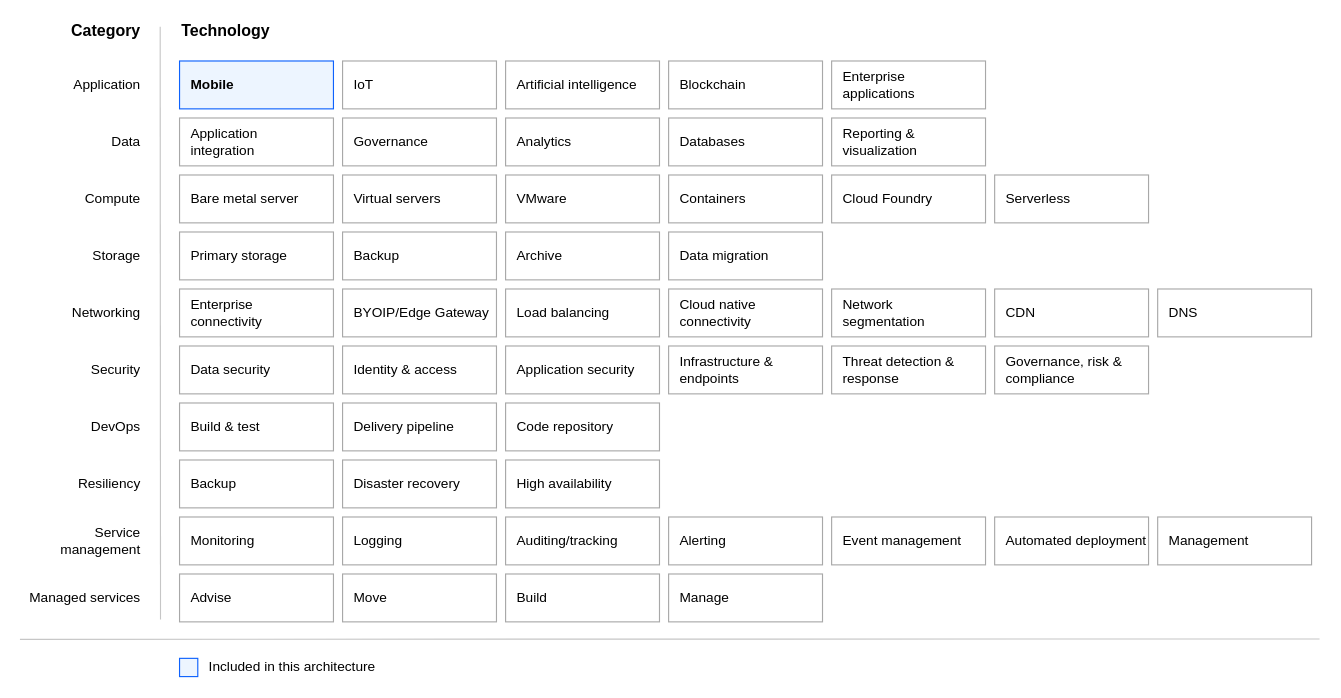
Before: templates/heat-map-template.drawio in ibm-cloud-docs/architecture-framework, a draw.io diagram. Source tidied: cells renumbered, new cells numbered last; positions are measured from the earlier drawing's top-left corner, leaving out a move shared by most shapes. Both pictures are drawn from the tidied source at 114%, with x=0, y=0 at pixel (19, 19).
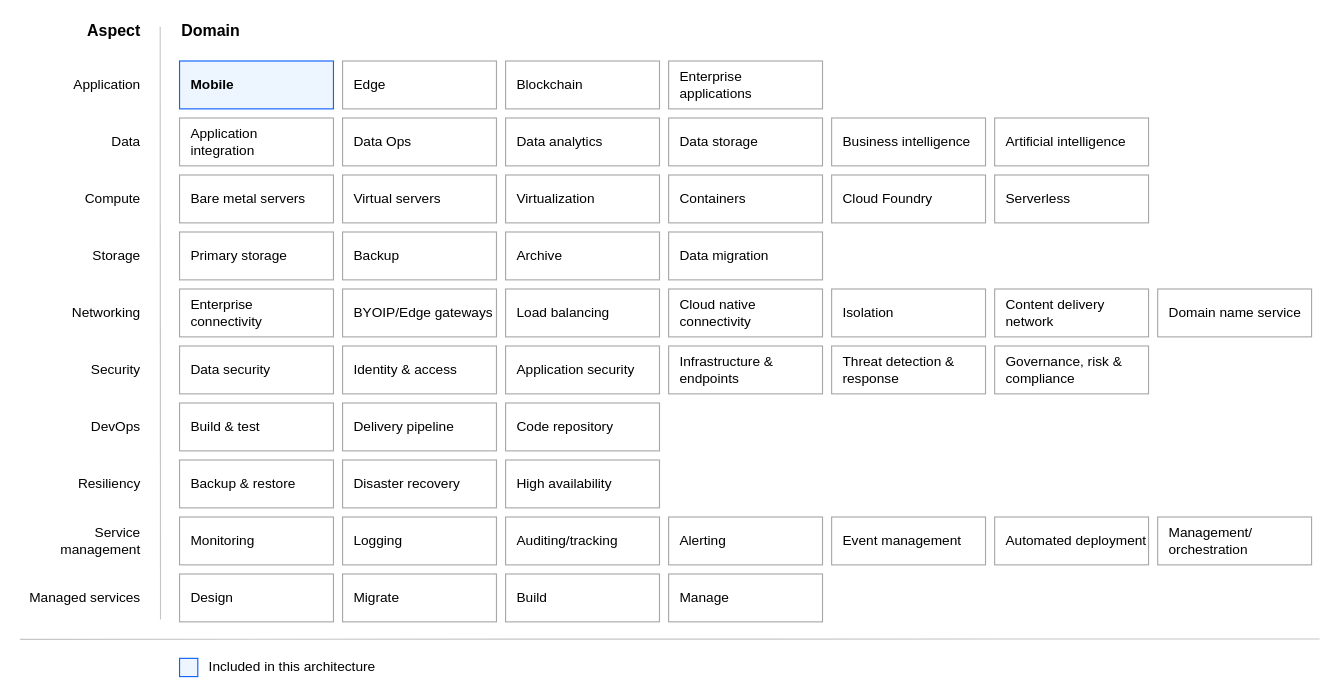
The same diagram, later.

What changed in the source:
```diff
@@
-    <mxCell id="4" value="Bare metal server" style="rounded=0;whiteSpace=wrap;html=1;strokeColor=#A8A8A8;align=left;spacingLeft=8;fontFamily=IBM Plex Sans;" parent="1" vertex="1">
+    <mxCell id="4" value="Bare metal servers" style="rounded=0;whiteSpace=wrap;html=1;strokeColor=#A8A8A8;align=left;spacingLeft=8;fontFamily=IBM Plex Sans;" parent="1" vertex="1">
       <mxGeometry x="140" y="136" width="135" height="42" as="geometry" />
     </mxCell>
@@
-    <mxCell id="9" value="Backup" style="rounded=0;whiteSpace=wrap;html=1;strokeColor=#A8A8A8;align=left;spacingLeft=8;fontFamily=IBM Plex Sans;" parent="1" vertex="1">
+    <mxCell id="9" value="Backup &amp;amp; restore" style="rounded=0;whiteSpace=wrap;html=1;strokeColor=#A8A8A8;align=left;spacingLeft=8;fontFamily=IBM Plex Sans;" parent="1" vertex="1">
       <mxGeometry x="140" y="386" width="135" height="42" as="geometry" />
     </mxCell>
@@
-    <mxCell id="11" value="Advise" style="rounded=0;whiteSpace=wrap;html=1;strokeColor=#A8A8A8;align=left;spacingLeft=8;fontFamily=IBM Plex Sans;" parent="1" vertex="1">
+    <mxCell id="11" value="Design" style="rounded=0;whiteSpace=wrap;html=1;strokeColor=#A8A8A8;align=left;spacingLeft=8;fontFamily=IBM Plex Sans;" parent="1" vertex="1">
       <mxGeometry x="140" y="486" width="135" height="42" as="geometry" />
     </mxCell>
-    <mxCell id="12" value="IoT" style="rounded=0;whiteSpace=wrap;html=1;strokeColor=#A8A8A8;align=left;spacingLeft=8;fontFamily=IBM Plex Sans;fillColor=default;fontStyle=0;" parent="1" vertex="1">
+    <mxCell id="12" value="Edge" style="rounded=0;whiteSpace=wrap;html=1;strokeColor=#A8A8A8;align=left;spacingLeft=8;fontFamily=IBM Plex Sans;fillColor=default;fontStyle=0;" parent="1" vertex="1">
       <mxGeometry x="283" y="36" width="135" height="42" as="geometry" />
     </mxCell>
-    <mxCell id="13" value="Artificial intelligence" style="rounded=0;whiteSpace=wrap;html=1;strokeColor=#A8A8A8;align=left;spacingLeft=8;fontFamily=IBM Plex Sans;fillColor=default;fontStyle=0;" parent="1" vertex="1">
+    <mxCell id="13" value="Blockchain" style="rounded=0;whiteSpace=wrap;html=1;strokeColor=#A8A8A8;align=left;spacingLeft=8;fontFamily=IBM Plex Sans;fillColor=default;fontStyle=0;" parent="1" vertex="1">
       <mxGeometry x="426" y="36" width="135" height="42" as="geometry" />
     </mxCell>
-    <mxCell id="14" value="Blockchain" style="rounded=0;whiteSpace=wrap;html=1;strokeColor=#A8A8A8;align=left;spacingLeft=8;fontFamily=IBM Plex Sans;fillColor=default;fontStyle=0;" parent="1" vertex="1">
+    <mxCell id="14" value="Enterprise &lt;br&gt;applications" style="rounded=0;whiteSpace=wrap;html=1;strokeColor=#A8A8A8;align=left;spacingLeft=8;fontFamily=IBM Plex Sans;fillColor=default;fontStyle=0;" parent="1" vertex="1">
       <mxGeometry x="569" y="36" width="135" height="42" as="geometry" />
     </mxCell>
-    <mxCell id="15" value="Enterprise &lt;br&gt;applications" style="rounded=0;whiteSpace=wrap;html=1;strokeColor=#A8A8A8;align=left;spacingLeft=8;fontFamily=IBM Plex Sans;fillColor=default;fontStyle=0;" parent="1" vertex="1">
-      <mxGeometry x="712" y="36" width="135" height="42" as="geometry" />
-    </mxCell>
-    <mxCell id="16" value="Governance" style="rounded=0;whiteSpace=wrap;html=1;strokeColor=#A8A8A8;align=left;spacingLeft=8;fontFamily=IBM Plex Sans;fillColor=default;fontStyle=0;" parent="1" vertex="1">
+    <mxCell id="16" value="Data Ops" style="rounded=0;whiteSpace=wrap;html=1;strokeColor=#A8A8A8;align=left;spacingLeft=8;fontFamily=IBM Plex Sans;fillColor=default;fontStyle=0;" parent="1" vertex="1">
       <mxGeometry x="283" y="86" width="135" height="42" as="geometry" />
     </mxCell>
-    <mxCell id="17" value="Analytics" style="rounded=0;whiteSpace=wrap;html=1;strokeColor=#A8A8A8;align=left;spacingLeft=8;fontFamily=IBM Plex Sans;fillColor=default;fontStyle=0;" parent="1" vertex="1">
+    <mxCell id="17" value="Data analytics" style="rounded=0;whiteSpace=wrap;html=1;strokeColor=#A8A8A8;align=left;spacingLeft=8;fontFamily=IBM Plex Sans;fillColor=default;fontStyle=0;" parent="1" vertex="1">
       <mxGeometry x="426" y="86" width="135" height="42" as="geometry" />
     </mxCell>
-    <mxCell id="18" value="Databases" style="rounded=0;whiteSpace=wrap;html=1;strokeColor=#A8A8A8;align=left;spacingLeft=8;fontFamily=IBM Plex Sans;fillColor=default;fontStyle=0;" parent="1" vertex="1">
+    <mxCell id="18" value="Data storage" style="rounded=0;whiteSpace=wrap;html=1;strokeColor=#A8A8A8;align=left;spacingLeft=8;fontFamily=IBM Plex Sans;fillColor=default;fontStyle=0;" parent="1" vertex="1">
       <mxGeometry x="569" y="86" width="135" height="42" as="geometry" />
     </mxCell>
-    <mxCell id="19" value="Reporting &amp;amp; visualization" style="rounded=0;whiteSpace=wrap;html=1;strokeColor=#A8A8A8;align=left;spacingLeft=8;fontFamily=IBM Plex Sans;fillColor=default;fontStyle=0;" parent="1" vertex="1">
+    <mxCell id="19" value="Business intelligence" style="rounded=0;whiteSpace=wrap;html=1;strokeColor=#A8A8A8;align=left;spacingLeft=8;fontFamily=IBM Plex Sans;fillColor=default;fontStyle=0;" parent="1" vertex="1">
       <mxGeometry x="712" y="86" width="135" height="42" as="geometry" />
     </mxCell>
@@
-    <mxCell id="21" value="VMware" style="rounded=0;whiteSpace=wrap;html=1;strokeColor=#A8A8A8;align=left;spacingLeft=8;fontFamily=IBM Plex Sans;fillColor=default;fontStyle=0;" parent="1" vertex="1">
+    <mxCell id="21" value="Virtualization" style="rounded=0;whiteSpace=wrap;html=1;strokeColor=#A8A8A8;align=left;spacingLeft=8;fontFamily=IBM Plex Sans;fillColor=default;fontStyle=0;" parent="1" vertex="1">
       <mxGeometry x="426" y="136" width="135" height="42" as="geometry" />
     </mxCell>
@@
-    <mxCell id="28" value="BYOIP/Edge Gateway" style="rounded=0;whiteSpace=wrap;html=1;strokeColor=#A8A8A8;align=left;spacingLeft=8;fontFamily=IBM Plex Sans;fillColor=default;fontStyle=0;" parent="1" vertex="1">
+    <mxCell id="28" value="BYOIP/Edge gateways" style="rounded=0;whiteSpace=wrap;html=1;strokeColor=#A8A8A8;align=left;spacingLeft=8;fontFamily=IBM Plex Sans;fillColor=default;fontStyle=0;" parent="1" vertex="1">
       <mxGeometry x="283" y="236" width="135" height="42" as="geometry" />
     </mxCell>
@@
-    <mxCell id="31" value="Network &lt;br&gt;segmentation" style="rounded=0;whiteSpace=wrap;html=1;strokeColor=#A8A8A8;align=left;spacingLeft=8;fontFamily=IBM Plex Sans;fillColor=default;fontStyle=0;" parent="1" vertex="1">
+    <mxCell id="31" value="Isolation" style="rounded=0;whiteSpace=wrap;html=1;strokeColor=#A8A8A8;align=left;spacingLeft=8;fontFamily=IBM Plex Sans;fillColor=default;fontStyle=0;" parent="1" vertex="1">
       <mxGeometry x="712" y="236" width="135" height="42" as="geometry" />
     </mxCell>
-    <mxCell id="32" value="CDN" style="rounded=0;whiteSpace=wrap;html=1;strokeColor=#A8A8A8;align=left;spacingLeft=8;fontFamily=IBM Plex Sans;fillColor=default;fontStyle=0;" parent="1" vertex="1">
+    <mxCell id="32" value="Content delivery network" style="rounded=0;whiteSpace=wrap;html=1;strokeColor=#A8A8A8;align=left;spacingLeft=8;fontFamily=IBM Plex Sans;fillColor=default;fontStyle=0;" parent="1" vertex="1">
       <mxGeometry x="855" y="236" width="135" height="42" as="geometry" />
     </mxCell>
-    <mxCell id="33" value="DNS" style="rounded=0;whiteSpace=wrap;html=1;strokeColor=#A8A8A8;align=left;spacingLeft=8;fontFamily=IBM Plex Sans;fillColor=default;fontStyle=0;" parent="1" vertex="1">
+    <mxCell id="33" value="Domain name service" style="rounded=0;whiteSpace=wrap;html=1;strokeColor=#A8A8A8;align=left;spacingLeft=8;fontFamily=IBM Plex Sans;fillColor=default;fontStyle=0;" parent="1" vertex="1">
       <mxGeometry x="998" y="236" width="135" height="42" as="geometry" />
     </mxCell>
@@
-    <mxCell id="48" value="Management" style="rounded=0;whiteSpace=wrap;html=1;strokeColor=#A8A8A8;align=left;spacingLeft=8;fontFamily=IBM Plex Sans;fillColor=default;fontStyle=0;" parent="1" vertex="1">
+    <mxCell id="48" value="Management/&lt;br&gt;orchestration" style="rounded=0;whiteSpace=wrap;html=1;strokeColor=#A8A8A8;align=left;spacingLeft=8;fontFamily=IBM Plex Sans;fillColor=default;fontStyle=0;" parent="1" vertex="1">
       <mxGeometry x="998" y="436" width="135" height="42" as="geometry" />
     </mxCell>
-    <mxCell id="49" value="Move" style="rounded=0;whiteSpace=wrap;html=1;strokeColor=#A8A8A8;align=left;spacingLeft=8;fontFamily=IBM Plex Sans;fillColor=default;fontStyle=0;" parent="1" vertex="1">
+    <mxCell id="49" value="Migrate" style="rounded=0;whiteSpace=wrap;html=1;strokeColor=#A8A8A8;align=left;spacingLeft=8;fontFamily=IBM Plex Sans;fillColor=default;fontStyle=0;" parent="1" vertex="1">
       <mxGeometry x="283" y="486" width="135" height="42" as="geometry" />
     </mxCell>
@@
-    <mxCell id="53" value="Technology" style="text;strokeColor=none;fillColor=none;html=1;fontSize=14;fontStyle=1;verticalAlign=middle;align=left;rounded=0;fontFamily=IBM Plex Sans;fontColor=default;" parent="1" vertex="1">
+    <mxCell id="53" value="Domain" style="text;strokeColor=none;fillColor=none;html=1;fontSize=14;fontStyle=1;verticalAlign=middle;align=left;rounded=0;fontFamily=IBM Plex Sans;fontColor=default;" parent="1" vertex="1">
       <mxGeometry x="140" width="100" height="20" as="geometry" />
     </mxCell>
-    <mxCell id="54" value="Category" style="text;strokeColor=none;fillColor=none;html=1;fontSize=14;fontStyle=1;verticalAlign=middle;align=right;rounded=0;fontFamily=IBM Plex Sans;fontColor=default;" parent="1" vertex="1">
+    <mxCell id="54" value="Aspect" style="text;strokeColor=none;fillColor=none;html=1;fontSize=14;fontStyle=1;verticalAlign=middle;align=right;rounded=0;fontFamily=IBM Plex Sans;fontColor=default;" parent="1" vertex="1">
       <mxGeometry x="7" width="100" height="20" as="geometry" />
     </mxCell>
@@
+    <mxCell id="68" value="Artificial intelligence" style="rounded=0;whiteSpace=wrap;html=1;strokeColor=#A8A8A8;align=left;spacingLeft=8;fontFamily=IBM Plex Sans;fillColor=default;fontStyle=0;" parent="1" vertex="1">
+      <mxGeometry x="855" y="86" width="135" height="42" as="geometry" />
+    </mxCell>
```
